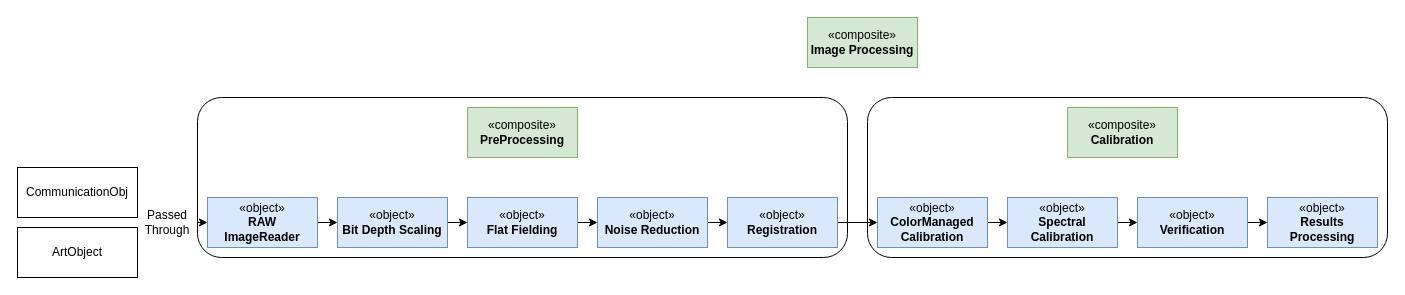
The draw.io diagram docs/resources/Pipeline_drawio.drawio in BeyondRGB/Imaging-Art-beyond-RGB, before the edit. Source tidied: cells renumbered, new cells numbered last; positions are measured from the earlier drawing's top-left corner, leaving out a move shared by most shapes. Both pictures are drawn from the tidied source at 100%, with x=0, y=0 at pixel (17, 17).
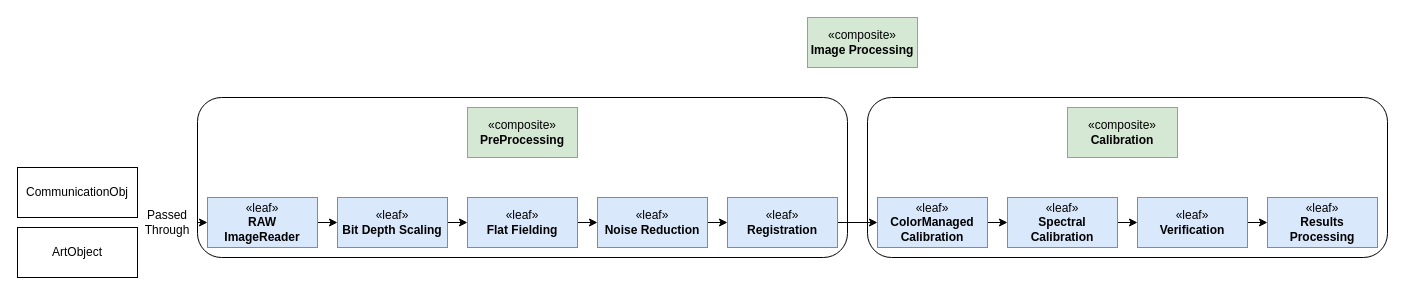
The same page after the edit.

Commit message (it also covers changes not shown here):
updated to show objects in composite as leaf nodes

The edit, as a diff of the source:
```diff
@@
-    <mxCell id="6" value="&lt;div&gt;«object»&lt;/div&gt;&lt;div&gt;&lt;b&gt;RAW&lt;/b&gt;&lt;/div&gt;&lt;b&gt;ImageReader&lt;/b&gt;" style="html=1;whiteSpace=wrap;fillColor=#dae8fc;strokeColor=#6c8ebf;" parent="1" vertex="1">
+    <mxCell id="6" value="&lt;div&gt;«leaf»&lt;/div&gt;&lt;div&gt;&lt;b&gt;RAW&lt;/b&gt;&lt;/div&gt;&lt;b&gt;ImageReader&lt;/b&gt;" style="html=1;whiteSpace=wrap;fillColor=#dae8fc;strokeColor=#6c8ebf;" parent="1" vertex="1">
       <mxGeometry x="190" y="180" width="110" height="50" as="geometry" />
     </mxCell>
@@
-    <mxCell id="8" value="&lt;div&gt;«object»&lt;/div&gt;&lt;b&gt;Bit Depth Scaling&lt;/b&gt;" style="html=1;whiteSpace=wrap;fillColor=#dae8fc;strokeColor=#6c8ebf;" parent="1" vertex="1">
+    <mxCell id="8" value="&lt;div&gt;«leaf»&lt;/div&gt;&lt;b&gt;Bit Depth Scaling&lt;/b&gt;" style="html=1;whiteSpace=wrap;fillColor=#dae8fc;strokeColor=#6c8ebf;" parent="1" vertex="1">
       <mxGeometry x="320" y="180" width="110" height="50" as="geometry" />
     </mxCell>
@@
-    <mxCell id="12" value="&lt;div&gt;«object»&lt;/div&gt;&lt;b&gt;Flat Fielding&lt;/b&gt;" style="html=1;whiteSpace=wrap;fillColor=#dae8fc;strokeColor=#6c8ebf;" parent="1" vertex="1">
+    <mxCell id="12" value="&lt;div&gt;«leaf»&lt;/div&gt;&lt;b&gt;Flat Fielding&lt;/b&gt;" style="html=1;whiteSpace=wrap;fillColor=#dae8fc;strokeColor=#6c8ebf;" parent="1" vertex="1">
       <mxGeometry x="450" y="180" width="110" height="50" as="geometry" />
     </mxCell>
@@
-    <mxCell id="14" value="&lt;div&gt;«object»&lt;/div&gt;&lt;b&gt;Noise Reduction&lt;/b&gt;" style="html=1;whiteSpace=wrap;fillColor=#dae8fc;strokeColor=#6c8ebf;" parent="1" vertex="1">
+    <mxCell id="14" value="&lt;div&gt;«leaf»&lt;/div&gt;&lt;b&gt;Noise Reduction&lt;/b&gt;" style="html=1;whiteSpace=wrap;fillColor=#dae8fc;strokeColor=#6c8ebf;" parent="1" vertex="1">
       <mxGeometry x="580" y="180" width="110" height="50" as="geometry" />
     </mxCell>
@@
-    <mxCell id="16" value="&lt;div&gt;«object»&lt;/div&gt;&lt;b&gt;Registration&lt;/b&gt;" style="html=1;whiteSpace=wrap;fillColor=#dae8fc;strokeColor=#6c8ebf;" parent="1" vertex="1">
+    <mxCell id="16" value="&lt;div&gt;«leaf»&lt;/div&gt;&lt;b&gt;Registration&lt;/b&gt;" style="html=1;whiteSpace=wrap;fillColor=#dae8fc;strokeColor=#6c8ebf;" parent="1" vertex="1">
       <mxGeometry x="710" y="180" width="110" height="50" as="geometry" />
     </mxCell>
@@
-    <mxCell id="20" value="&lt;div&gt;«object»&lt;/div&gt;&lt;div&gt;&lt;b&gt;ColorManaged&lt;/b&gt;&lt;/div&gt;&lt;div&gt;&lt;b&gt;Calibration&lt;/b&gt;&lt;/div&gt;" style="html=1;whiteSpace=wrap;fillColor=#dae8fc;strokeColor=#6c8ebf;" parent="1" vertex="1">
+    <mxCell id="20" value="&lt;div&gt;«leaf»&lt;/div&gt;&lt;div&gt;&lt;b&gt;ColorManaged&lt;/b&gt;&lt;/div&gt;&lt;div&gt;&lt;b&gt;Calibration&lt;/b&gt;&lt;/div&gt;" style="html=1;whiteSpace=wrap;fillColor=#dae8fc;strokeColor=#6c8ebf;" parent="1" vertex="1">
       <mxGeometry x="860" y="180" width="110" height="50" as="geometry" />
     </mxCell>
@@
-    <mxCell id="22" value="&lt;div&gt;«object»&lt;/div&gt;&lt;div&gt;&lt;b&gt;Spectral&lt;/b&gt;&lt;/div&gt;&lt;div&gt;&lt;b&gt;Calibration&lt;/b&gt;&lt;/div&gt;" style="html=1;whiteSpace=wrap;fillColor=#dae8fc;strokeColor=#6c8ebf;" parent="1" vertex="1">
+    <mxCell id="22" value="&lt;div&gt;«leaf»&lt;/div&gt;&lt;div&gt;&lt;b&gt;Spectral&lt;/b&gt;&lt;/div&gt;&lt;div&gt;&lt;b&gt;Calibration&lt;/b&gt;&lt;/div&gt;" style="html=1;whiteSpace=wrap;fillColor=#dae8fc;strokeColor=#6c8ebf;" parent="1" vertex="1">
       <mxGeometry x="990" y="180" width="110" height="50" as="geometry" />
     </mxCell>
@@
-    <mxCell id="25" value="&lt;div&gt;«object»&lt;/div&gt;&lt;b&gt;Verification&lt;/b&gt;" style="html=1;whiteSpace=wrap;fillColor=#dae8fc;strokeColor=#6c8ebf;" parent="1" vertex="1">
+    <mxCell id="25" value="&lt;div&gt;«leaf»&lt;/div&gt;&lt;b&gt;Verification&lt;/b&gt;" style="html=1;whiteSpace=wrap;fillColor=#dae8fc;strokeColor=#6c8ebf;" parent="1" vertex="1">
       <mxGeometry x="1120" y="180" width="110" height="50" as="geometry" />
     </mxCell>
-    <mxCell id="26" value="&lt;div&gt;«object»&lt;/div&gt;&lt;div&gt;&lt;b&gt;Results&lt;/b&gt;&lt;/div&gt;&lt;div&gt;&lt;b&gt;Processing&lt;/b&gt;&lt;/div&gt;" style="html=1;whiteSpace=wrap;fillColor=#dae8fc;strokeColor=#6c8ebf;" parent="1" vertex="1">
+    <mxCell id="26" value="&lt;div&gt;«leaf»&lt;/div&gt;&lt;div&gt;&lt;b&gt;Results&lt;/b&gt;&lt;/div&gt;&lt;div&gt;&lt;b&gt;Processing&lt;/b&gt;&lt;/div&gt;" style="html=1;whiteSpace=wrap;fillColor=#dae8fc;strokeColor=#6c8ebf;" parent="1" vertex="1">
       <mxGeometry x="1250" y="180" width="110" height="50" as="geometry" />
     </mxCell>
```
